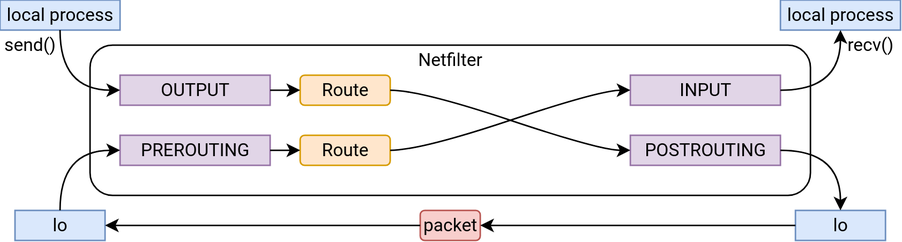
Earlier version of the draw.io export docs/images/netfilter-kernel-view-lo.svg (ustclug/Linux201-docs). Source tidied: cells renumbered, new cells last; positions are measured from the earlier drawing's top-left corner, leaving out a move shared by most shapes. The source it was exported from:
```xml
<mxGraphModel>
  <root>
    <mxCell id="0" />
    <mxCell id="1" parent="0" />
    <mxCell id="2" style="rounded=1;whiteSpace=wrap;html=1;strokeColor=default;align=center;verticalAlign=middle;fontFamily=Roboto;fontSize=12;fontColor=default;fillColor=default;" parent="1" vertex="1">
      <mxGeometry x="60" y="30" width="480" height="100" as="geometry" />
    </mxCell>
    <mxCell id="3" value="PREROUTING" style="rounded=0;whiteSpace=wrap;html=1;fontFamily=Roboto;fillColor=#e1d5e7;strokeColor=#9673a6;" parent="1" vertex="1">
      <mxGeometry x="80" y="90" width="100" height="20" as="geometry" />
    </mxCell>
    <mxCell id="4" value="INPUT" style="rounded=0;whiteSpace=wrap;html=1;fontFamily=Roboto;fillColor=#e1d5e7;strokeColor=#9673a6;" parent="1" vertex="1">
      <mxGeometry x="420" y="50" width="100" height="20" as="geometry" />
    </mxCell>
    <mxCell id="5" value="OUTPUT" style="rounded=0;whiteSpace=wrap;html=1;fontFamily=Roboto;fillColor=#e1d5e7;strokeColor=#9673a6;" parent="1" vertex="1">
      <mxGeometry x="80" y="50" width="100" height="20" as="geometry" />
    </mxCell>
    <mxCell id="6" value="POSTROUTING" style="rounded=0;whiteSpace=wrap;html=1;fontFamily=Roboto;fillColor=#e1d5e7;strokeColor=#9673a6;" parent="1" vertex="1">
      <mxGeometry x="420" y="90" width="100" height="20" as="geometry" />
    </mxCell>
    <mxCell id="7" value="Route" style="rounded=1;whiteSpace=wrap;html=1;fontFamily=Roboto;fillColor=#ffe6cc;strokeColor=#d79b00;" parent="1" vertex="1">
      <mxGeometry x="200" y="50" width="60" height="20" as="geometry" />
    </mxCell>
    <mxCell id="8" value="Route" style="rounded=1;whiteSpace=wrap;html=1;fontFamily=Roboto;fillColor=#ffe6cc;strokeColor=#d79b00;" parent="1" vertex="1">
      <mxGeometry x="200" y="90" width="60" height="20" as="geometry" />
    </mxCell>
    <mxCell id="9" value="local process" style="rounded=0;whiteSpace=wrap;html=1;strokeColor=#6c8ebf;align=center;verticalAlign=middle;fontFamily=Roboto;fontSize=12;fillColor=#dae8fc;" parent="1" vertex="1">
      <mxGeometry width="80" height="20" as="geometry" />
    </mxCell>
    <mxCell id="10" value="send()" style="text;html=1;whiteSpace=wrap;strokeColor=none;fillColor=none;align=center;verticalAlign=middle;rounded=0;fontFamily=Roboto;fontSize=12;fontColor=default;" parent="1" vertex="1">
      <mxGeometry y="20" width="40" height="20" as="geometry" />
    </mxCell>
    <mxCell id="11" value="recv()" style="text;html=1;whiteSpace=wrap;strokeColor=none;fillColor=none;align=center;verticalAlign=middle;rounded=0;fontFamily=Roboto;fontSize=12;fontColor=default;" parent="1" vertex="1">
      <mxGeometry x="560" y="20" width="40" height="20" as="geometry" />
    </mxCell>
    <mxCell id="12" value="packet" style="rounded=1;whiteSpace=wrap;html=1;strokeColor=#b85450;align=center;verticalAlign=middle;fontFamily=Roboto;fontSize=12;fillColor=#f8cecc;" parent="1" vertex="1">
      <mxGeometry x="280" y="140" width="40" height="20" as="geometry" />
    </mxCell>
    <mxCell id="13" value="lo" style="rounded=0;whiteSpace=wrap;html=1;strokeColor=#6c8ebf;align=center;verticalAlign=middle;fontFamily=Roboto;fontSize=12;fillColor=#dae8fc;" parent="1" vertex="1">
      <mxGeometry x="10" y="140" width="60" height="20" as="geometry" />
    </mxCell>
    <mxCell id="14" value="lo" style="rounded=0;whiteSpace=wrap;html=1;strokeColor=#6c8ebf;align=center;verticalAlign=middle;fontFamily=Roboto;fontSize=12;fillColor=#dae8fc;" parent="1" vertex="1">
      <mxGeometry x="530" y="140" width="60" height="20" as="geometry" />
    </mxCell>
    <mxCell id="15" style="endArrow=classic;html=1;rounded=0;fontFamily=Roboto;fontSize=12;fontColor=default;exitX=0;exitY=0.5;exitDx=0;exitDy=0;entryX=1;entryY=0.5;entryDx=0;entryDy=0;" parent="1" edge="1" source="12" target="13">
      <mxGeometry relative="1" as="geometry" />
    </mxCell>
    <mxCell id="16" value="Netfilter" style="text;html=1;whiteSpace=wrap;strokeColor=none;fillColor=none;align=center;verticalAlign=middle;rounded=0;fontFamily=Roboto;fontSize=12;fontColor=default;" parent="1" vertex="1">
      <mxGeometry x="270" y="30" width="60" height="20" as="geometry" />
    </mxCell>
    <mxCell id="17" style="endArrow=classic;html=1;rounded=0;fontFamily=Roboto;fontSize=12;fontColor=default;exitX=1;exitY=0.5;exitDx=0;exitDy=0;entryX=0;entryY=0.5;entryDx=0;entryDy=0;" parent="1" edge="1" source="5" target="7">
      <mxGeometry relative="1" as="geometry" />
    </mxCell>
    <mxCell id="18" style="endArrow=classic;html=1;rounded=0;fontFamily=Roboto;fontSize=12;fontColor=default;exitX=1;exitY=0.5;exitDx=0;exitDy=0;entryX=0;entryY=0.5;entryDx=0;entryDy=0;" parent="1" edge="1" source="3" target="8">
      <mxGeometry relative="1" as="geometry" />
    </mxCell>
    <mxCell id="19" style="curved=1;endArrow=classic;html=1;rounded=0;fontFamily=Roboto;fontSize=12;fontColor=default;exitX=1;exitY=0.5;exitDx=0;exitDy=0;" parent="1" edge="1" source="7">
      <mxGeometry relative="1" as="geometry">
        <mxPoint x="420" y="100" as="targetPoint" />
        <Array as="points">
          <mxPoint x="280" y="60" />
          <mxPoint x="400" y="100" />
        </Array>
      </mxGeometry>
    </mxCell>
    <mxCell id="20" style="curved=1;endArrow=classic;html=1;rounded=0;fontFamily=Roboto;fontSize=12;fontColor=default;exitX=1;exitY=0.5;exitDx=0;exitDy=0;entryX=0;entryY=0.5;entryDx=0;entryDy=0;" parent="1" edge="1" source="8" target="4">
      <mxGeometry relative="1" as="geometry">
        <Array as="points">
          <mxPoint x="280" y="100" />
          <mxPoint x="400" y="60" />
        </Array>
      </mxGeometry>
    </mxCell>
    <mxCell id="21" value="local process" style="rounded=0;whiteSpace=wrap;html=1;strokeColor=#6c8ebf;align=center;verticalAlign=middle;fontFamily=Roboto;fontSize=12;fillColor=#dae8fc;" parent="1" vertex="1">
      <mxGeometry x="520" width="80" height="20" as="geometry" />
    </mxCell>
    <mxCell id="22" style="curved=1;endArrow=classic;html=1;rounded=0;fontFamily=Roboto;fontSize=12;fontColor=default;exitX=0.5;exitY=1;exitDx=0;exitDy=0;entryX=0;entryY=0.5;entryDx=0;entryDy=0;" parent="1" edge="1" source="9" target="5">
      <mxGeometry relative="1" as="geometry">
        <Array as="points">
          <mxPoint x="40" y="60" />
        </Array>
      </mxGeometry>
    </mxCell>
    <mxCell id="23" style="curved=1;endArrow=classic;html=1;rounded=0;fontFamily=Roboto;fontSize=12;fontColor=default;exitX=1;exitY=0.5;exitDx=0;exitDy=0;entryX=0.5;entryY=1;entryDx=0;entryDy=0;" parent="1" edge="1" source="4" target="21">
      <mxGeometry relative="1" as="geometry">
        <Array as="points">
          <mxPoint x="560" y="60" />
        </Array>
      </mxGeometry>
    </mxCell>
    <mxCell id="24" style="curved=1;endArrow=classic;html=1;rounded=0;fontFamily=Roboto;fontSize=12;fontColor=default;exitX=0.5;exitY=0;exitDx=0;exitDy=0;entryX=0;entryY=0.5;entryDx=0;entryDy=0;" parent="1" edge="1" source="13" target="3">
      <mxGeometry relative="1" as="geometry">
        <Array as="points">
          <mxPoint x="40" y="100" />
        </Array>
      </mxGeometry>
    </mxCell>
    <mxCell id="25" style="curved=1;endArrow=classic;html=1;rounded=0;fontFamily=Roboto;fontSize=12;fontColor=default;exitX=1;exitY=0.5;exitDx=0;exitDy=0;entryX=0.5;entryY=0;entryDx=0;entryDy=0;" parent="1" edge="1" source="6" target="14">
      <mxGeometry relative="1" as="geometry">
        <Array as="points">
          <mxPoint x="560" y="100" />
        </Array>
      </mxGeometry>
    </mxCell>
    <mxCell id="26" style="endArrow=classic;html=1;rounded=0;fontFamily=Roboto;fontSize=12;fontColor=default;exitX=0;exitY=0.5;exitDx=0;exitDy=0;entryX=1;entryY=0.5;entryDx=0;entryDy=0;" parent="1" edge="1" source="14" target="12">
      <mxGeometry relative="1" as="geometry" />
    </mxCell>
  </root>
</mxGraphModel>
```
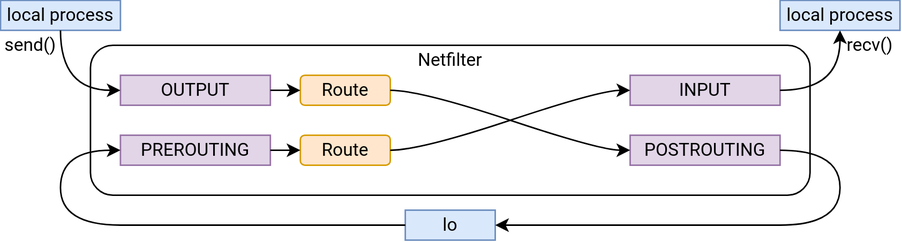
Above is the later version.

The edit, as a diff of the source:
```diff
@@ -32,18 +32,9 @@
     <mxCell id="11" value="recv()" style="text;html=1;whiteSpace=wrap;strokeColor=none;fillColor=none;align=center;verticalAlign=middle;rounded=0;fontFamily=Roboto;fontSize=12;fontColor=default;" parent="1" vertex="1">
       <mxGeometry x="560" y="20" width="40" height="20" as="geometry" />
     </mxCell>
-    <mxCell id="12" value="packet" style="rounded=1;whiteSpace=wrap;html=1;strokeColor=#b85450;align=center;verticalAlign=middle;fontFamily=Roboto;fontSize=12;fillColor=#f8cecc;" parent="1" vertex="1">
-      <mxGeometry x="280" y="140" width="40" height="20" as="geometry" />
-    </mxCell>
-    <mxCell id="13" value="lo" style="rounded=0;whiteSpace=wrap;html=1;strokeColor=#6c8ebf;align=center;verticalAlign=middle;fontFamily=Roboto;fontSize=12;fillColor=#dae8fc;" parent="1" vertex="1">
-      <mxGeometry x="10" y="140" width="60" height="20" as="geometry" />
-    </mxCell>
     <mxCell id="14" value="lo" style="rounded=0;whiteSpace=wrap;html=1;strokeColor=#6c8ebf;align=center;verticalAlign=middle;fontFamily=Roboto;fontSize=12;fillColor=#dae8fc;" parent="1" vertex="1">
-      <mxGeometry x="530" y="140" width="60" height="20" as="geometry" />
+      <mxGeometry x="270" y="140" width="60" height="20" as="geometry" />
     </mxCell>
-    <mxCell id="15" style="endArrow=classic;html=1;rounded=0;fontFamily=Roboto;fontSize=12;fontColor=default;exitX=0;exitY=0.5;exitDx=0;exitDy=0;entryX=1;entryY=0.5;entryDx=0;entryDy=0;" parent="1" edge="1" source="12" target="13">
-      <mxGeometry relative="1" as="geometry" />
-    </mxCell>
     <mxCell id="16" value="Netfilter" style="text;html=1;whiteSpace=wrap;strokeColor=none;fillColor=none;align=center;verticalAlign=middle;rounded=0;fontFamily=Roboto;fontSize=12;fontColor=default;" parent="1" vertex="1">
       <mxGeometry x="270" y="30" width="60" height="20" as="geometry" />
     </mxCell>
@@ -87,22 +78,23 @@
         </Array>
       </mxGeometry>
     </mxCell>
-    <mxCell id="24" style="curved=1;endArrow=classic;html=1;rounded=0;fontFamily=Roboto;fontSize=12;fontColor=default;exitX=0.5;exitY=0;exitDx=0;exitDy=0;entryX=0;entryY=0.5;entryDx=0;entryDy=0;" parent="1" edge="1" source="13" target="3">
+    <mxCell id="24" style="curved=1;endArrow=classic;html=1;rounded=0;fontFamily=Roboto;fontSize=12;fontColor=default;exitX=0;exitY=0.5;exitDx=0;exitDy=0;entryX=0;entryY=0.5;entryDx=0;entryDy=0;" parent="1" edge="1" source="14" target="3">
       <mxGeometry relative="1" as="geometry">
         <Array as="points">
+          <mxPoint x="120" y="150" />
+          <mxPoint x="40" y="150" />
           <mxPoint x="40" y="100" />
         </Array>
       </mxGeometry>
     </mxCell>
-    <mxCell id="25" style="curved=1;endArrow=classic;html=1;rounded=0;fontFamily=Roboto;fontSize=12;fontColor=default;exitX=1;exitY=0.5;exitDx=0;exitDy=0;entryX=0.5;entryY=0;entryDx=0;entryDy=0;" parent="1" edge="1" source="6" target="14">
+    <mxCell id="25" style="curved=1;endArrow=classic;html=1;rounded=0;fontFamily=Roboto;fontSize=12;fontColor=default;exitX=1;exitY=0.5;exitDx=0;exitDy=0;entryX=1;entryY=0.5;entryDx=0;entryDy=0;" parent="1" edge="1" source="6" target="14">
       <mxGeometry relative="1" as="geometry">
         <Array as="points">
           <mxPoint x="560" y="100" />
+          <mxPoint x="560" y="150" />
+          <mxPoint x="480" y="150" />
         </Array>
       </mxGeometry>
     </mxCell>
-    <mxCell id="26" style="endArrow=classic;html=1;rounded=0;fontFamily=Roboto;fontSize=12;fontColor=default;exitX=0;exitY=0.5;exitDx=0;exitDy=0;entryX=1;entryY=0.5;entryDx=0;entryDy=0;" parent="1" edge="1" source="14" target="12">
-      <mxGeometry relative="1" as="geometry" />
-    </mxCell>
   </root>
 </mxGraphModel>
```
